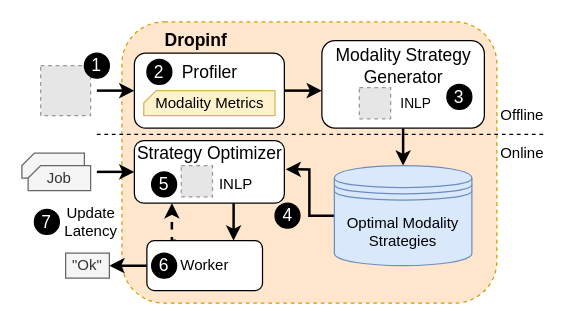
Earlier version of the draw.io diagram workflow.drawio (BDHU/diagram). Source tidied: cells renumbered, new cells numbered last; positions are measured from the earlier drawing's top-left corner, leaving out a move shared by most shapes. Both pictures are drawn from the tidied source at 125%, with x=0, y=0 at pixel (21, 21). Pictures stored in the file or linked from it are replaced by grey dashed boxes.
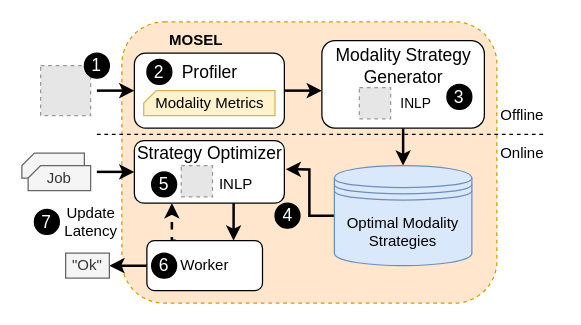
The same diagram, later.

What changed in the source:
```diff
@@
-    <mxCell id="34" value="&lt;b&gt;&lt;font style=&quot;font-size: 14px;&quot;&gt;Dropinf&lt;/font&gt;&lt;/b&gt;" style="text;html=1;align=center;verticalAlign=middle;strokeColor=none;fillColor=none;" parent="1" vertex="1">
+    <mxCell id="34" value="&lt;b&gt;MOSEL&lt;br&gt;&lt;/b&gt;" style="text;html=1;align=center;verticalAlign=middle;strokeColor=none;fillColor=none;" parent="1" vertex="1">
       <mxGeometry x="103.8" width="70" height="30" as="geometry" />
     </mxCell>
```
